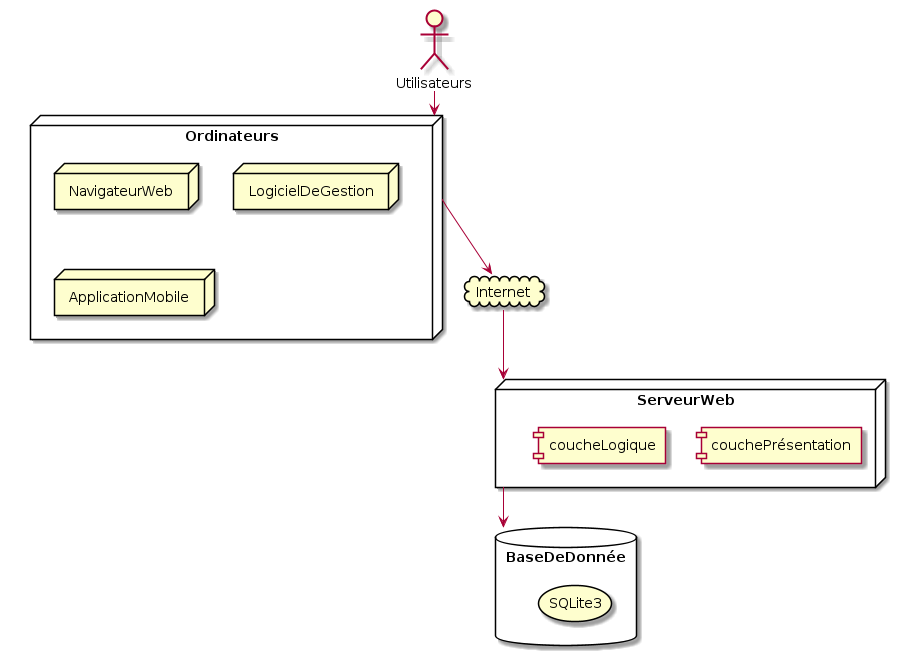
vbrayuqam/projet-genielog keeps this PlantUML diagram as diagrammes/DEP.png. Above is the earlier version.
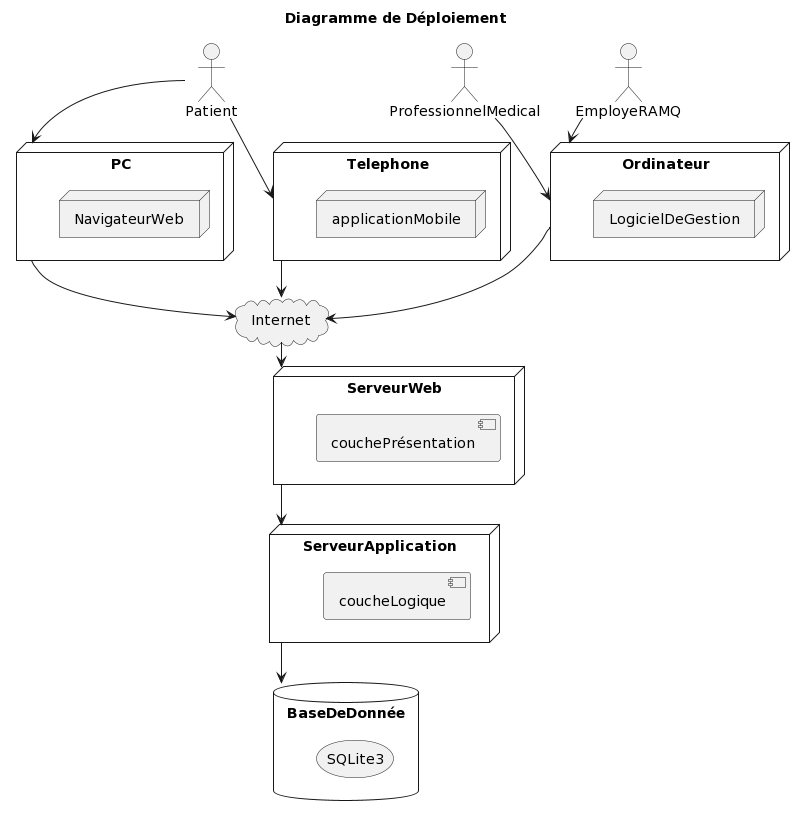
Above is the later version.

Commit message:
Les png des diagrammes de déploiement et de la RAMQ

What changed in the source:
```diff
@@ -1,23 +1,42 @@
-@startuml diagrammeDeploiement
+@startuml
+Title Diagramme de Déploiement
 
-actor Utilisateurs
+actor Patient
+actor ProfessionnelMedical
+actor EmployeRAMQ
 cloud Internet
-node Ordinateurs {
+node Ordinateur {
+    node LogicielDeGestion
+}
+
+node PC {
     node NavigateurWeb
-    node LogicielDeGestion
-    node ApplicationMobile
 }
+
+node Telephone {
+    node applicationMobile
+}
+
 node ServeurWeb {
     component couchePrésentation
+}
+
+node ServeurApplication {
     component coucheLogique
 }
+
 database BaseDeDonnée {
     storage SQLite3
 }
 
-Utilisateurs --> Ordinateurs
-Ordinateurs --> Internet
+Patient --> PC
+Patient --> Telephone
+ProfessionnelMedical --> Ordinateur
+EmployeRAMQ --> Ordinateur
+Ordinateur --> Internet
+PC --> Internet
+Telephone --> Internet
 Internet --> ServeurWeb
-ServeurWeb --> BaseDeDonnée
-
+ServeurWeb --> ServeurApplication
+ServeurApplication --> BaseDeDonnée
 @enduml
```
